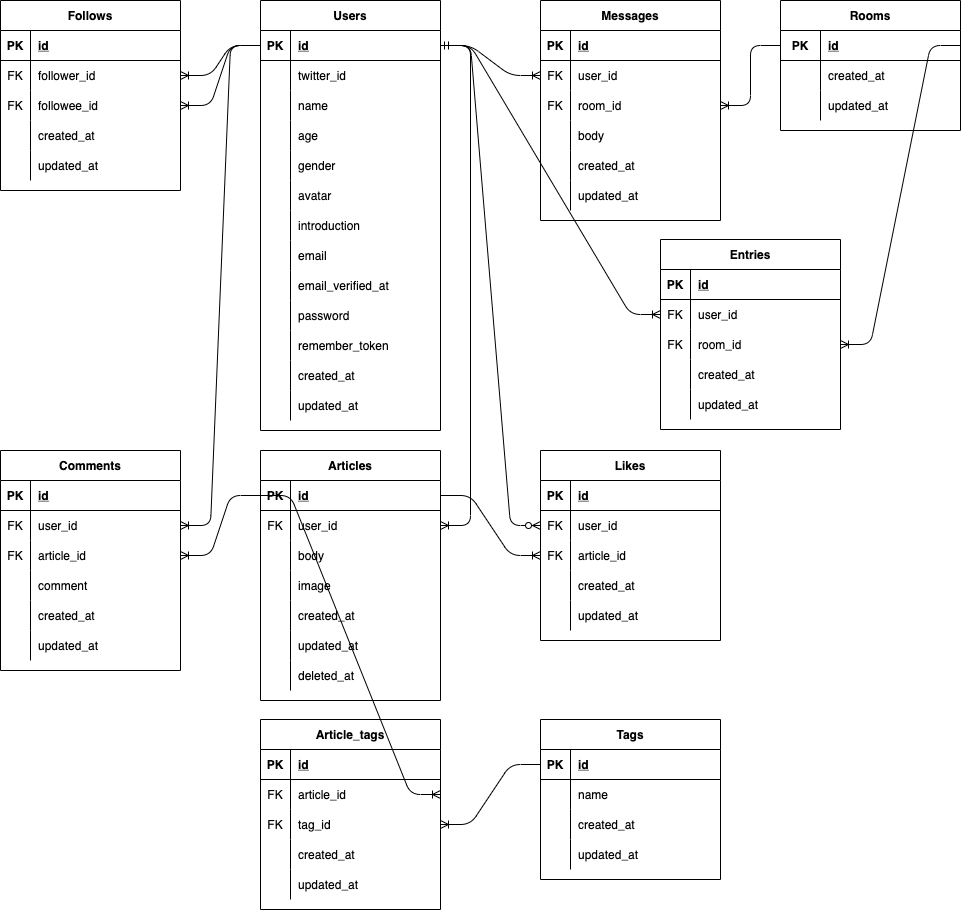
The draw.io diagram diagram/erd.png in kazumakishimoto/grfl, before a commit. Source tidied: cells renumbered, new cells last; positions are measured from the earlier drawing's top-left corner, leaving out a move shared by most shapes.
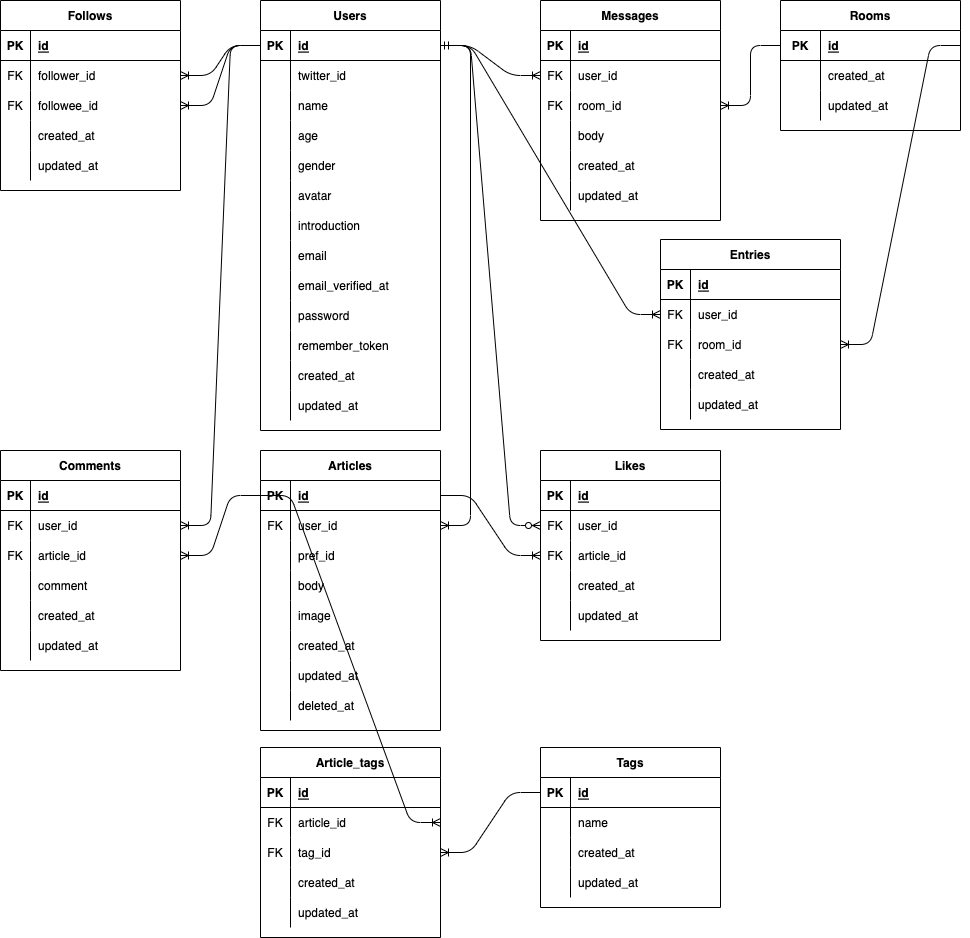
After the commit.

Diff of the diagram source:
```diff
@@ -258,7 +258,7 @@
       <mxGeometry x="30" width="150" height="30" as="geometry" />
     </mxCell>
     <mxCell id="87" value="Articles" style="shape=table;startSize=30;rowLines=0;fontStyle=1;align=center;" parent="1" vertex="1">
-      <mxGeometry x="260" y="450" width="180" height="250" as="geometry" />
+      <mxGeometry x="260" y="450" width="180" height="280" as="geometry" />
     </mxCell>
     <mxCell id="88" style="shape=partialRectangle;fillColor=none;top=0;left=0;bottom=1;right=0;points=[[0,0.5],[1,0.5]];portConstraint=eastwest;" parent="87" vertex="1">
       <mxGeometry y="30" width="180" height="30" as="geometry" />
@@ -278,8 +278,17 @@
     <mxCell id="93" value="user_id" style="shape=partialRectangle;fillColor=none;top=0;left=0;bottom=0;right=0;align=left;spacingLeft=6;overflow=hidden;" parent="91" vertex="1">
       <mxGeometry x="30" width="150" height="30" as="geometry" />
     </mxCell>
+    <mxCell id="202" style="shape=partialRectangle;fillColor=none;top=0;left=0;bottom=0;right=0;" parent="87" vertex="1">
+      <mxGeometry y="90" width="180" height="30" as="geometry" />
+    </mxCell>
+    <mxCell id="203" style="shape=partialRectangle;fillColor=none;top=0;left=0;bottom=0;right=0;overflow=hidden;" parent="202" vertex="1">
+      <mxGeometry width="30" height="30" as="geometry" />
+    </mxCell>
+    <mxCell id="204" value="pref_id" style="shape=partialRectangle;fillColor=none;top=0;left=0;bottom=0;right=0;align=left;spacingLeft=6;overflow=hidden;" parent="202" vertex="1">
+      <mxGeometry x="30" width="150" height="30" as="geometry" />
+    </mxCell>
     <mxCell id="94" style="shape=partialRectangle;fillColor=none;top=0;left=0;bottom=0;right=0;" parent="87" vertex="1">
-      <mxGeometry y="90" width="180" height="30" as="geometry" />
+      <mxGeometry y="120" width="180" height="30" as="geometry" />
     </mxCell>
     <mxCell id="95" style="shape=partialRectangle;fillColor=none;top=0;left=0;bottom=0;right=0;overflow=hidden;" parent="94" vertex="1">
       <mxGeometry width="30" height="30" as="geometry" />
@@ -288,7 +297,7 @@
       <mxGeometry x="30" width="150" height="30" as="geometry" />
     </mxCell>
     <mxCell id="97" style="shape=partialRectangle;fillColor=none;top=0;left=0;bottom=0;right=0;" parent="87" vertex="1">
-      <mxGeometry y="120" width="180" height="30" as="geometry" />
+      <mxGeometry y="150" width="180" height="30" as="geometry" />
     </mxCell>
     <mxCell id="98" style="shape=partialRectangle;fillColor=none;top=0;left=0;bottom=0;right=0;overflow=hidden;" parent="97" vertex="1">
       <mxGeometry width="30" height="30" as="geometry" />
@@ -297,7 +306,7 @@
       <mxGeometry x="30" width="150" height="30" as="geometry" />
     </mxCell>
     <mxCell id="100" style="shape=partialRectangle;fillColor=none;top=0;left=0;bottom=0;right=0;" parent="87" vertex="1">
-      <mxGeometry y="150" width="180" height="30" as="geometry" />
+      <mxGeometry y="180" width="180" height="30" as="geometry" />
     </mxCell>
     <mxCell id="101" style="shape=partialRectangle;fillColor=none;top=0;left=0;bottom=0;right=0;overflow=hidden;" parent="100" vertex="1">
       <mxGeometry width="30" height="30" as="geometry" />
@@ -306,7 +315,7 @@
       <mxGeometry x="30" width="150" height="30" as="geometry" />
     </mxCell>
     <mxCell id="103" style="shape=partialRectangle;fillColor=none;top=0;left=0;bottom=0;right=0;" parent="87" vertex="1">
-      <mxGeometry y="180" width="180" height="30" as="geometry" />
+      <mxGeometry y="210" width="180" height="30" as="geometry" />
     </mxCell>
     <mxCell id="104" style="shape=partialRectangle;fillColor=none;top=0;left=0;bottom=0;right=0;overflow=hidden;" parent="103" vertex="1">
       <mxGeometry width="30" height="30" as="geometry" />
@@ -315,7 +324,7 @@
       <mxGeometry x="30" width="150" height="30" as="geometry" />
     </mxCell>
     <mxCell id="106" style="shape=partialRectangle;fillColor=none;top=0;left=0;bottom=0;right=0;" parent="87" vertex="1">
-      <mxGeometry y="210" width="180" height="30" as="geometry" />
+      <mxGeometry y="240" width="180" height="30" as="geometry" />
     </mxCell>
     <mxCell id="107" style="shape=partialRectangle;fillColor=none;top=0;left=0;bottom=0;right=0;overflow=hidden;" parent="106" vertex="1">
       <mxGeometry width="30" height="30" as="geometry" />
@@ -477,7 +486,7 @@
       <mxGeometry x="30" width="150" height="30" as="geometry" />
     </mxCell>
     <mxCell id="160" value="Article_tags" style="shape=table;startSize=30;rowLines=0;fontStyle=1;align=center;" parent="1" vertex="1">
-      <mxGeometry x="260" y="719" width="180" height="190" as="geometry" />
+      <mxGeometry x="260" y="747" width="180" height="190" as="geometry" />
     </mxCell>
     <mxCell id="161" style="shape=partialRectangle;fillColor=none;top=0;left=0;bottom=1;right=0;" parent="160" vertex="1">
       <mxGeometry y="30" width="180" height="30" as="geometry" />
@@ -525,7 +534,7 @@
       <mxGeometry x="30" width="150" height="30" as="geometry" />
     </mxCell>
     <mxCell id="176" value="Tags" style="shape=table;startSize=30;rowLines=0;fontStyle=1;align=center;" parent="1" vertex="1">
-      <mxGeometry x="540" y="719" width="180" height="160" as="geometry" />
+      <mxGeometry x="540" y="747" width="180" height="160" as="geometry" />
     </mxCell>
     <mxCell id="177" style="shape=partialRectangle;fillColor=none;top=0;left=0;bottom=1;right=0;points=[[0,0.5],[1,0.5]];portConstraint=eastwest;" parent="176" vertex="1">
       <mxGeometry y="30" width="180" height="30" as="geometry" />
```
